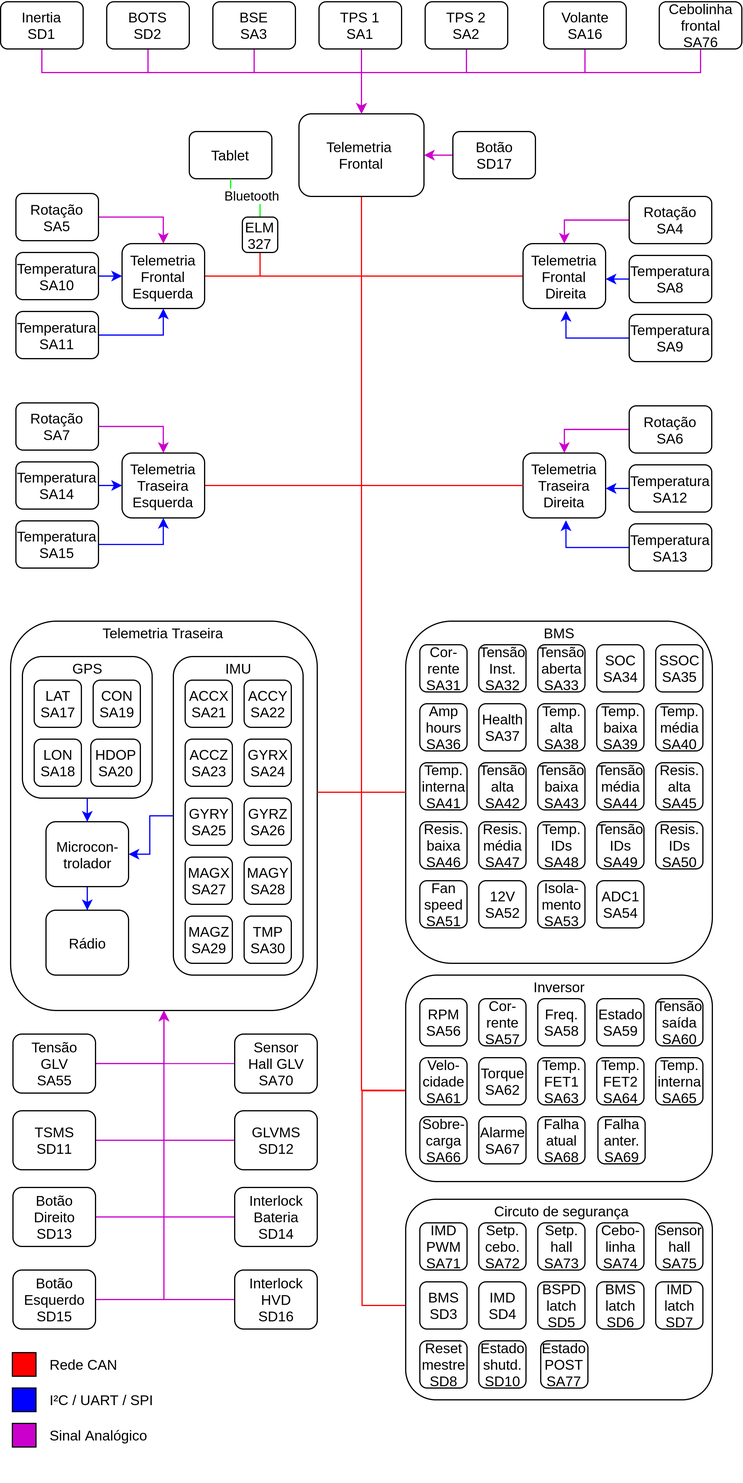
Above: source/images/sensors.png in TelemetriaCheetah/TelemetriaCheetah.github.io (draw.io), before the change. Source tidied: cells renumbered, new cells last; positions are measured from the earlier drawing's top-left corner, leaving out a move shared by most shapes.
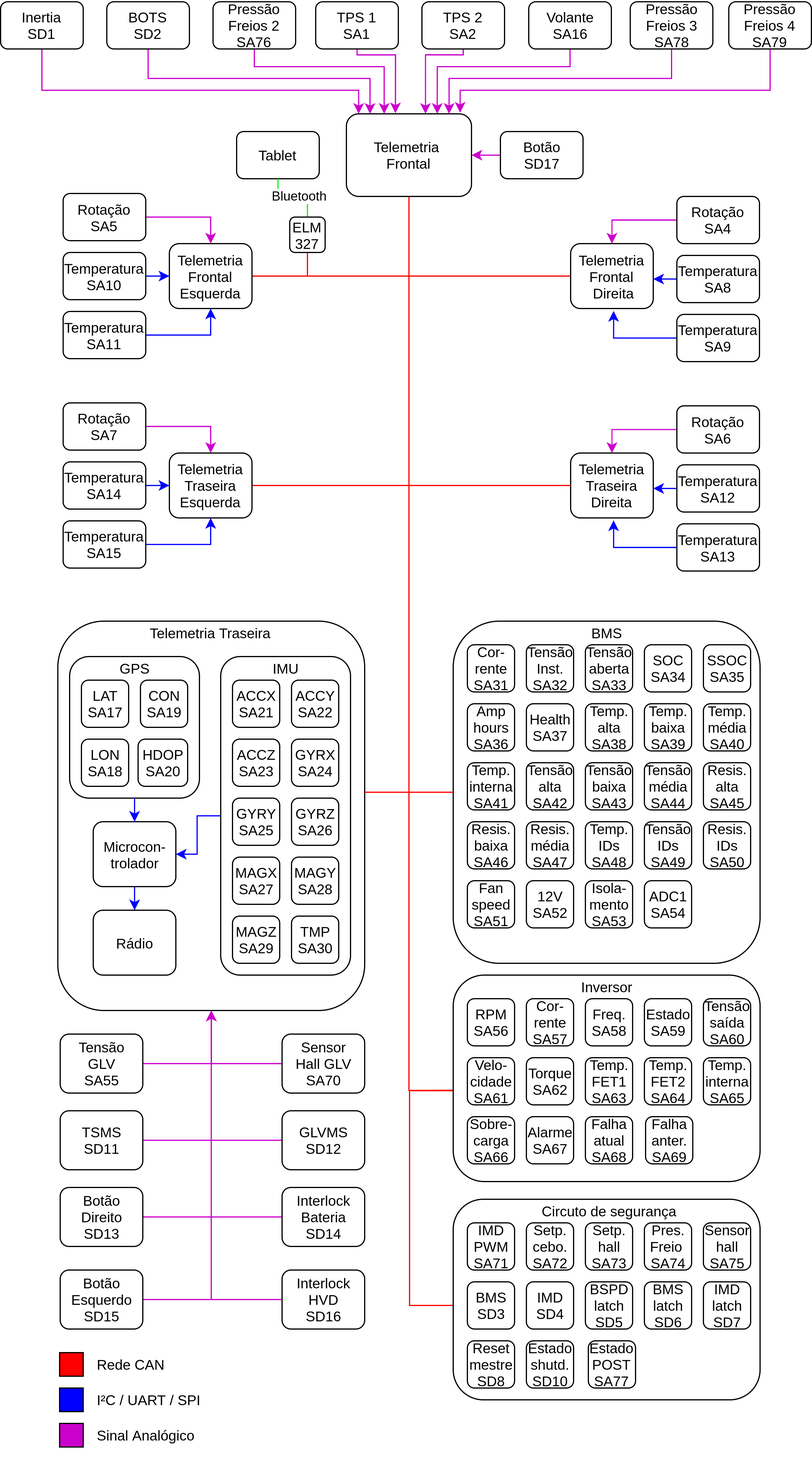
The same file after the commit.

Commit message:
Removendo BSE e adicionando sensores de pressao

Diff of the diagram source:
```diff
@@ -2,16 +2,16 @@
   <root>
     <mxCell id="0" />
     <mxCell id="1" parent="0" />
-    <mxCell id="2" style="edgeStyle=orthogonalEdgeStyle;rounded=0;jettySize=auto;html=1;endArrow=classic;endFill=1;strokeColor=#CC00CC;" parent="1" edge="1" source="3" target="5">
+    <mxCell id="2" style="edgeStyle=orthogonalEdgeStyle;rounded=0;jettySize=auto;html=1;entryX=0.098;entryY=0;entryDx=0;entryDy=0;entryPerimeter=0;strokeColor=#CC00CC;" parent="1" edge="1" source="3" target="5">
       <mxGeometry relative="1" as="geometry">
         <Array as="points">
-          <mxPoint x="35" y="60" />
-          <mxPoint x="306" y="60" />
+          <mxPoint x="-5" y="75" />
+          <mxPoint x="263" y="75" />
         </Array>
       </mxGeometry>
     </mxCell>
     <mxCell id="3" value="Inertia&lt;br&gt;SD1" style="rounded=1;whiteSpace=wrap;html=1;fillColor=#FFFFFF;" parent="1" vertex="1">
-      <mxGeometry width="70" height="40" as="geometry" />
+      <mxGeometry x="-40" width="70" height="40" as="geometry" />
     </mxCell>
     <mxCell id="4" style="edgeStyle=orthogonalEdgeStyle;rounded=0;jettySize=auto;html=1;entryX=0.004;entryY=0.558;entryDx=0;entryDy=0;entryPerimeter=0;endArrow=none;endFill=0;strokeColor=#FF0000;" parent="1" edge="1" source="5" target="115">
       <mxGeometry relative="1" as="geometry" />
@@ -19,50 +19,39 @@
     <mxCell id="5" value="Telemetria &lt;br&gt;Frontal" style="rounded=1;whiteSpace=wrap;html=1;fillColor=#FFFFFF;" parent="1" vertex="1">
       <mxGeometry x="253" y="95" width="106" height="70" as="geometry" />
     </mxCell>
-    <mxCell id="6" style="edgeStyle=orthogonalEdgeStyle;rounded=0;jettySize=auto;html=1;endArrow=classic;endFill=1;strokeColor=#CC00CC;" parent="1" edge="1" source="7" target="5">
+    <mxCell id="6" style="edgeStyle=orthogonalEdgeStyle;rounded=0;jettySize=auto;html=1;strokeColor=#CC00CC;entryX=0.189;entryY=0;entryDx=0;entryDy=0;entryPerimeter=0;" parent="1" edge="1" source="7" target="5">
       <mxGeometry relative="1" as="geometry">
         <Array as="points">
-          <mxPoint x="125" y="60" />
-          <mxPoint x="306" y="60" />
+          <mxPoint x="85" y="65" />
+          <mxPoint x="273" y="65" />
         </Array>
       </mxGeometry>
     </mxCell>
     <mxCell id="7" value="BOTS&lt;br&gt;SD2&lt;span style=&quot;color: rgba(0 , 0 , 0 , 0) ; font-family: monospace ; font-size: 0px&quot;&gt;%3CmxGraphModel%3E%3Croot%3E%3CmxCell%20id%3D%220%22%2F%3E%3CmxCell%20id%3D%221%22%20parent%3D%220%22%2F%3E%3CmxCell%20id%3D%222%22%20value%3D%22Inertia%26lt%3Bbr%26gt%3BSD1%22%20style%3D%22rounded%3D1%3BwhiteSpace%3Dwrap%3Bhtml%3D1%3BfillColor%3D%23FFFFFF%3B%22%20vertex%3D%221%22%20parent%3D%221%22%3E%3CmxGeometry%20x%3D%22210%22%20y%3D%22210%22%20width%3D%2270%22%20height%3D%2240%22%20as%3D%22geometry%22%2F%3E%3C%2FmxCell%3E%3C%2Froot%3E%3C%2FmxGraphModel%3E&lt;/span&gt;" style="rounded=1;whiteSpace=wrap;html=1;fillColor=#FFFFFF;" parent="1" vertex="1">
-      <mxGeometry x="90" width="70" height="40" as="geometry" />
+      <mxGeometry x="50" width="70" height="40" as="geometry" />
     </mxCell>
-    <mxCell id="8" style="edgeStyle=orthogonalEdgeStyle;rounded=0;jettySize=auto;html=1;endArrow=classic;endFill=1;strokeColor=#CC00CC;" parent="1" edge="1" source="9" target="5">
+    <mxCell id="8" style="edgeStyle=orthogonalEdgeStyle;rounded=0;jettySize=auto;html=1;entryX=0.392;entryY=-0.007;entryDx=0;entryDy=0;entryPerimeter=0;strokeColor=#CC00CC;" parent="1" edge="1" source="9" target="5">
       <mxGeometry relative="1" as="geometry">
         <Array as="points">
-          <mxPoint x="306" y="45" />
-          <mxPoint x="306" y="45" />
+          <mxPoint x="262" y="45" />
+          <mxPoint x="295" y="45" />
         </Array>
       </mxGeometry>
     </mxCell>
     <mxCell id="9" value="TPS 1&lt;br&gt;SA1" style="rounded=1;whiteSpace=wrap;html=1;fillColor=#FFFFFF;" parent="1" vertex="1">
-      <mxGeometry x="270" width="70" height="40" as="geometry" />
+      <mxGeometry x="227" width="70" height="40" as="geometry" />
     </mxCell>
-    <mxCell id="10" style="edgeStyle=orthogonalEdgeStyle;rounded=0;jettySize=auto;html=1;endArrow=classic;endFill=1;strokeColor=#CC00CC;" parent="1" edge="1" source="11" target="5">
+    <mxCell id="10" style="edgeStyle=orthogonalEdgeStyle;rounded=0;jettySize=auto;html=1;entryX=0.632;entryY=0;entryDx=0;entryDy=0;entryPerimeter=0;strokeColor=#CC00CC;" parent="1" edge="1" source="11" target="5">
       <mxGeometry relative="1" as="geometry">
         <Array as="points">
-          <mxPoint x="395" y="60" />
-          <mxPoint x="306" y="60" />
+          <mxPoint x="352" y="45" />
+          <mxPoint x="320" y="45" />
         </Array>
       </mxGeometry>
     </mxCell>
     <mxCell id="11" value="TPS 2&lt;br&gt;SA2" style="rounded=1;whiteSpace=wrap;html=1;fillColor=#FFFFFF;" parent="1" vertex="1">
-      <mxGeometry x="360" width="70" height="40" as="geometry" />
+      <mxGeometry x="317" width="70" height="40" as="geometry" />
     </mxCell>
-    <mxCell id="12" style="edgeStyle=orthogonalEdgeStyle;rounded=0;jettySize=auto;html=1;endArrow=classic;endFill=1;strokeColor=#CC00CC;" parent="1" edge="1" source="13" target="5">
-      <mxGeometry relative="1" as="geometry">
-        <Array as="points">
-          <mxPoint x="215" y="60" />
-          <mxPoint x="306" y="60" />
-        </Array>
-      </mxGeometry>
-    </mxCell>
-    <mxCell id="13" value="BSE&lt;br&gt;SA3" style="rounded=1;whiteSpace=wrap;html=1;fillColor=#FFFFFF;" parent="1" vertex="1">
-      <mxGeometry x="180" width="70" height="40" as="geometry" />
-    </mxCell>
     <mxCell id="14" style="edgeStyle=orthogonalEdgeStyle;rounded=0;jettySize=auto;html=1;endArrow=none;endFill=0;strokeColor=#FF0000;" parent="1" edge="1" source="15">
       <mxGeometry relative="1" as="geometry">
         <mxPoint x="313" y="232.5" as="targetPoint" />
@@ -166,16 +155,16 @@
     <mxCell id="46" value="Temperatura&lt;br&gt;SA15" style="rounded=1;whiteSpace=wrap;html=1;fillColor=#FFFFFF;" parent="1" vertex="1">
       <mxGeometry x="13" y="440" width="70" height="40" as="geometry" />
     </mxCell>
-    <mxCell id="47" style="edgeStyle=orthogonalEdgeStyle;rounded=0;jettySize=auto;html=1;endArrow=classic;endFill=1;strokeColor=#CC00CC;" parent="1" edge="1" source="48" target="5">
+    <mxCell id="47" style="edgeStyle=orthogonalEdgeStyle;rounded=0;jettySize=auto;html=1;entryX=0.726;entryY=0;entryDx=0;entryDy=0;entryPerimeter=0;strokeColor=#CC00CC;" parent="1" edge="1" source="48" target="5">
       <mxGeometry relative="1" as="geometry">
         <Array as="points">
-          <mxPoint x="496" y="60" />
-          <mxPoint x="306" y="60" />
+          <mxPoint x="443" y="55" />
+          <mxPoint x="330" y="55" />
         </Array>
       </mxGeometry>
     </mxCell>
     <mxCell id="48" value="Volante&lt;br&gt;SA16" style="rounded=1;whiteSpace=wrap;html=1;fillColor=#FFFFFF;" parent="1" vertex="1">
-      <mxGeometry x="460.5" width="70" height="40" as="geometry" />
+      <mxGeometry x="407.5" width="70" height="40" as="geometry" />
     </mxCell>
     <mxCell id="49" style="group;rounded=0;fontColor=#333333;" parent="1" vertex="1">
       <mxGeometry x="343.5" y="525" width="260" height="290" as="geometry" />
@@ -457,7 +446,7 @@
     <mxCell id="135" value="Setp.&lt;br&gt;hall&lt;br&gt;SA73" style="rounded=1;whiteSpace=wrap;html=1;fillColor=#FFFFFF;" parent="1" vertex="1">
       <mxGeometry x="455.5" y="1035" width="40" height="40" as="geometry" />
     </mxCell>
-    <mxCell id="136" value="Cebo-&lt;br&gt;linha&lt;br&gt;SA74" style="rounded=1;whiteSpace=wrap;html=1;fillColor=#FFFFFF;" parent="1" vertex="1">
+    <mxCell id="136" value="Pres.&lt;br&gt;Freio&amp;nbsp;&lt;br&gt;SA74" style="rounded=1;whiteSpace=wrap;html=1;fillColor=#FFFFFF;" parent="1" vertex="1">
       <mxGeometry x="505.5" y="1035" width="40" height="40" as="geometry" />
     </mxCell>
     <mxCell id="137" value="BSPD&lt;br&gt;latch&lt;br&gt;SD5" style="rounded=1;whiteSpace=wrap;html=1;fillColor=#FFFFFF;" parent="1" vertex="1">
@@ -553,16 +542,16 @@
     <mxCell id="159" value="Botão&lt;br&gt;SD17" style="rounded=1;whiteSpace=wrap;html=1;fillColor=#FFFFFF;" parent="1" vertex="1">
       <mxGeometry x="383.5" y="110" width="70" height="40" as="geometry" />
     </mxCell>
-    <mxCell id="160" style="edgeStyle=orthogonalEdgeStyle;rounded=0;jettySize=auto;html=1;strokeColor=#CC00CC;" parent="1" edge="1" source="161" target="5">
+    <mxCell id="160" style="edgeStyle=orthogonalEdgeStyle;rounded=0;jettySize=auto;html=1;entryX=0.821;entryY=0;entryDx=0;entryDy=0;entryPerimeter=0;strokeColor=#CC00CC;" parent="1" edge="1" source="161" target="5">
       <mxGeometry relative="1" as="geometry">
         <Array as="points">
-          <mxPoint x="593" y="60" />
-          <mxPoint x="306" y="60" />
+          <mxPoint x="529" y="65" />
+          <mxPoint x="340" y="65" />
         </Array>
       </mxGeometry>
     </mxCell>
-    <mxCell id="161" value="Cebolinha&lt;br&gt;frontal&lt;br&gt;SA76" style="rounded=1;whiteSpace=wrap;html=1;fillColor=#FFFFFF;" parent="1" vertex="1">
-      <mxGeometry x="558.5" width="70" height="40" as="geometry" />
+    <mxCell id="161" value="Pressão&lt;br&gt;Freios 3&lt;br&gt;SA78" style="rounded=1;whiteSpace=wrap;html=1;fillColor=#FFFFFF;" parent="1" vertex="1">
+      <mxGeometry x="493.5" width="70" height="40" as="geometry" />
     </mxCell>
     <mxCell id="162" style="edgeStyle=orthogonalEdgeStyle;rounded=0;jettySize=auto;html=1;endArrow=none;endFill=0;strokeColor=#FF0000;" parent="1" edge="1" source="165">
       <mxGeometry relative="1" as="geometry">
@@ -580,5 +569,27 @@
     <mxCell id="165" value="ELM&lt;br&gt;327" style="rounded=1;whiteSpace=wrap;html=1;fillColor=#FFFFFF;" parent="1" vertex="1">
       <mxGeometry x="205" y="182.5" width="30" height="30" as="geometry" />
     </mxCell>
+    <mxCell id="166" style="edgeStyle=orthogonalEdgeStyle;rounded=0;jettySize=auto;html=1;strokeColor=#CC00CC;entryX=0.302;entryY=0;entryDx=0;entryDy=0;entryPerimeter=0;" parent="1" edge="1" source="167" target="5">
+      <mxGeometry relative="1" as="geometry">
+        <Array as="points">
+          <mxPoint x="175" y="55" />
+          <mxPoint x="285" y="55" />
+        </Array>
+      </mxGeometry>
+    </mxCell>
+    <mxCell id="167" value="Pressão&lt;br&gt;Freios 2&lt;br&gt;SA76" style="rounded=1;whiteSpace=wrap;html=1;fillColor=#FFFFFF;" parent="1" vertex="1">
+      <mxGeometry x="140" width="70" height="40" as="geometry" />
+    </mxCell>
+    <mxCell id="168" style="edgeStyle=orthogonalEdgeStyle;rounded=0;jettySize=auto;html=1;entryX=0.909;entryY=-0.014;entryDx=0;entryDy=0;entryPerimeter=0;strokeColor=#CC00CC;" parent="1" edge="1" source="169" target="5">
+      <mxGeometry relative="1" as="geometry">
+        <Array as="points">
+          <mxPoint x="612" y="75" />
+          <mxPoint x="349" y="75" />
+        </Array>
+      </mxGeometry>
+    </mxCell>
+    <mxCell id="169" value="Pressão&lt;br&gt;Freios 4&lt;br&gt;SA79" style="rounded=1;whiteSpace=wrap;html=1;fillColor=#FFFFFF;" parent="1" vertex="1">
+      <mxGeometry x="577" width="70" height="40" as="geometry" />
+    </mxCell>
   </root>
 </mxGraphModel>
```
